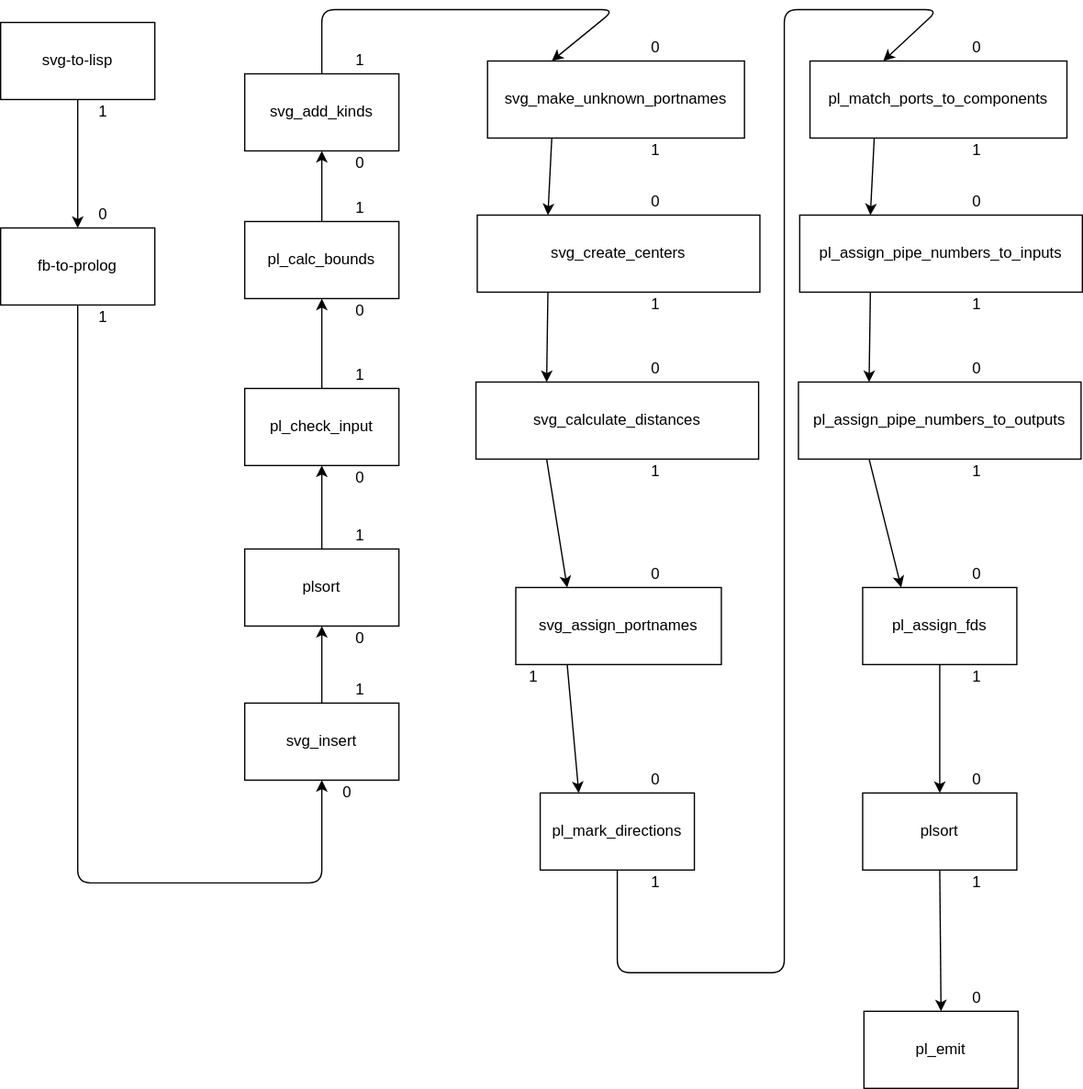
Earlier version of the draw.io export svg/svg_compiler.svg (bmfbp/bmfbp). Source tidied: cells renumbered, new cells last; positions are measured from the earlier drawing's top-left corner, leaving out a move shared by most shapes.
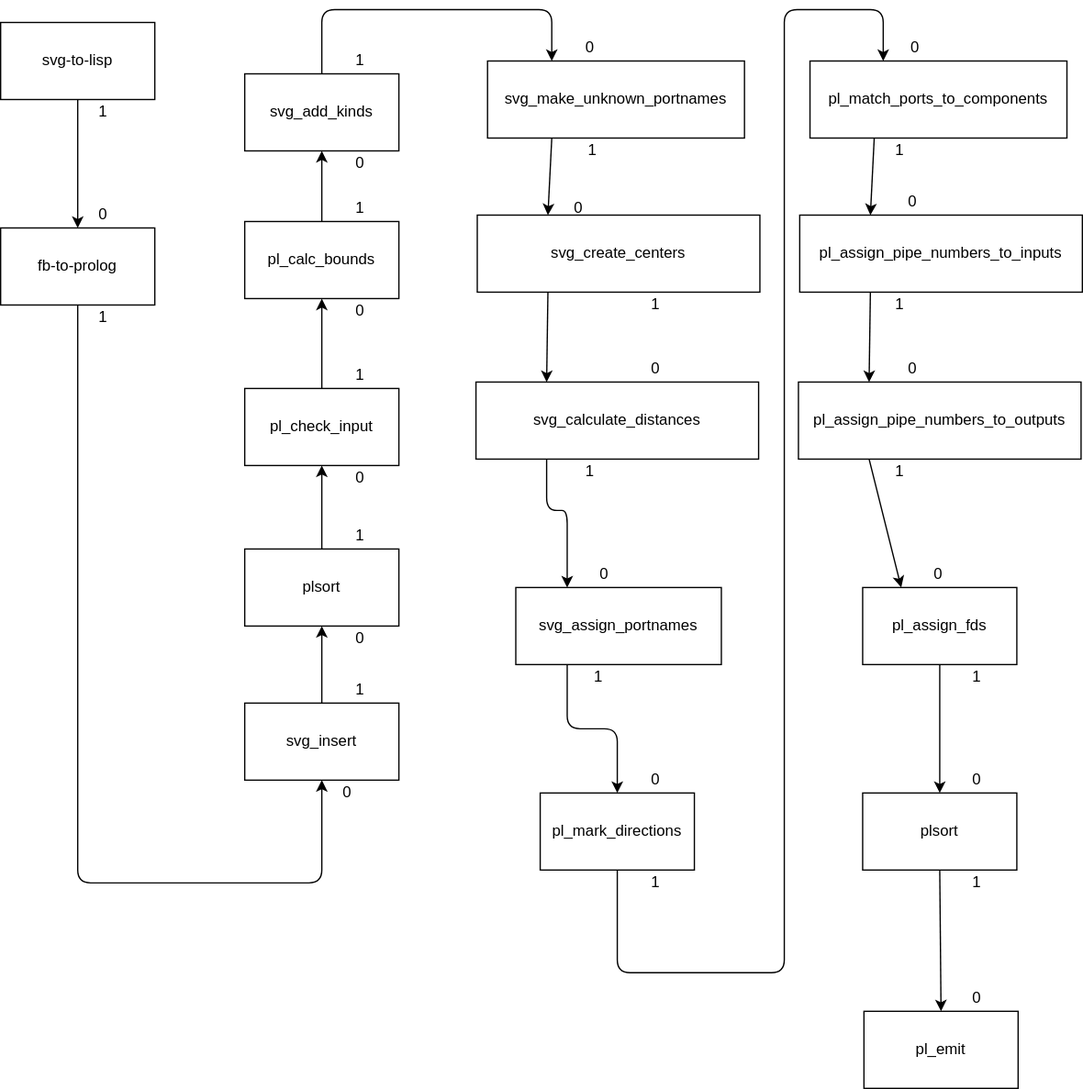
The same file after the commit.

Commit message:
make bendy arrows from/to wide boxes

Diff of the diagram source:
```diff
@@ -32,34 +32,44 @@
     <mxCell id="11" style="endArrow=classic;entryX=0.25;entryY=0;" parent="1" edge="1" target="8">
       <mxGeometry relative="1" as="geometry">
         <mxPoint x="425" y="350" as="sourcePoint" />
+        <Array as="points">
+          <mxPoint x="425" y="390" />
+          <mxPoint x="441" y="390" />
+        </Array>
       </mxGeometry>
     </mxCell>
-    <mxCell id="12" style="endArrow=classic;entryX=0.25;entryY=0;exitX=0.25;exitY=1;" parent="1" edge="1" source="8" target="9">
-      <mxGeometry relative="1" as="geometry" />
+    <mxCell id="12" style="endArrow=classic;exitX=0.25;exitY=1;" parent="1" edge="1" source="8">
+      <mxGeometry relative="1" as="geometry">
+        <mxPoint x="480" y="610" as="targetPoint" />
+        <Array as="points">
+          <mxPoint x="441" y="560" />
+          <mxPoint x="480" y="560" />
+        </Array>
+      </mxGeometry>
     </mxCell>
     <mxCell id="13" value="1" style="text;strokeColor=none;fillColor=none;align=center;verticalAlign=middle;rounded=0;" parent="1" vertex="1">
       <mxGeometry x="260" y="145" width="40" height="20" as="geometry" />
     </mxCell>
     <mxCell id="14" value="0" style="text;strokeColor=none;fillColor=none;align=center;verticalAlign=middle;rounded=0;" parent="1" vertex="1">
-      <mxGeometry x="490" y="20" width="40" height="20" as="geometry" />
+      <mxGeometry x="439" y="20" width="40" height="20" as="geometry" />
     </mxCell>
     <mxCell id="15" value="1" style="text;strokeColor=none;fillColor=none;align=center;verticalAlign=middle;rounded=0;" parent="1" vertex="1">
       <mxGeometry x="260" y="520" width="40" height="20" as="geometry" />
     </mxCell>
     <mxCell id="16" value="0" style="text;strokeColor=none;fillColor=none;align=center;verticalAlign=middle;rounded=0;" parent="1" vertex="1">
-      <mxGeometry x="490" y="140" width="40" height="20" as="geometry" />
+      <mxGeometry x="430" y="145" width="40" height="20" as="geometry" />
     </mxCell>
     <mxCell id="17" value="0" style="text;strokeColor=none;fillColor=none;align=center;verticalAlign=middle;rounded=0;" parent="1" vertex="1">
       <mxGeometry x="490" y="270" width="40" height="20" as="geometry" />
     </mxCell>
     <mxCell id="18" value="0" style="text;strokeColor=none;fillColor=none;align=center;verticalAlign=middle;rounded=0;" parent="1" vertex="1">
-      <mxGeometry x="490" y="430" width="40" height="20" as="geometry" />
+      <mxGeometry x="450" y="430" width="40" height="20" as="geometry" />
     </mxCell>
     <mxCell id="19" value="0" style="text;strokeColor=none;fillColor=none;align=center;verticalAlign=middle;rounded=0;" parent="1" vertex="1">
       <mxGeometry x="490" y="590" width="40" height="20" as="geometry" />
     </mxCell>
     <mxCell id="20" value="1" style="text;strokeColor=none;fillColor=none;align=center;verticalAlign=middle;rounded=0;" parent="1" vertex="1">
-      <mxGeometry x="490" y="350" width="40" height="20" as="geometry" />
+      <mxGeometry x="439" y="350" width="40" height="20" as="geometry" />
     </mxCell>
     <mxCell id="21" value="1" style="text;strokeColor=none;fillColor=none;align=center;verticalAlign=middle;rounded=0;" parent="1" vertex="1">
       <mxGeometry x="60" y="70" width="40" height="20" as="geometry" />
@@ -71,10 +81,10 @@
       <mxGeometry x="490" y="220" width="40" height="20" as="geometry" />
     </mxCell>
     <mxCell id="24" value="1" style="text;strokeColor=none;fillColor=none;align=center;verticalAlign=middle;rounded=0;" parent="1" vertex="1">
-      <mxGeometry x="395" y="510" width="40" height="20" as="geometry" />
+      <mxGeometry x="445.5" y="510" width="40" height="20" as="geometry" />
     </mxCell>
     <mxCell id="25" value="1" style="text;strokeColor=none;fillColor=none;align=center;verticalAlign=middle;rounded=0;" parent="1" vertex="1">
-      <mxGeometry x="490" y="100" width="40" height="20" as="geometry" />
+      <mxGeometry x="441" y="100" width="40" height="20" as="geometry" />
     </mxCell>
     <mxCell id="26" value="0" style="text;strokeColor=none;fillColor=none;align=center;verticalAlign=middle;rounded=0;" parent="1" vertex="1">
       <mxGeometry x="250" y="600" width="40" height="20" as="geometry" />
@@ -143,31 +153,31 @@
       <mxGeometry relative="1" as="geometry" />
     </mxCell>
     <mxCell id="48" value="0" style="text;strokeColor=none;fillColor=none;align=center;verticalAlign=middle;rounded=0;" parent="1" vertex="1">
-      <mxGeometry x="740" y="20" width="40" height="20" as="geometry" />
+      <mxGeometry x="692" y="20" width="40" height="20" as="geometry" />
     </mxCell>
     <mxCell id="49" value="0" style="text;strokeColor=none;fillColor=none;align=center;verticalAlign=middle;rounded=0;" parent="1" vertex="1">
-      <mxGeometry x="740" y="140" width="40" height="20" as="geometry" />
+      <mxGeometry x="690" y="140" width="40" height="20" as="geometry" />
     </mxCell>
     <mxCell id="50" value="0" style="text;strokeColor=none;fillColor=none;align=center;verticalAlign=middle;rounded=0;" parent="1" vertex="1">
-      <mxGeometry x="740" y="270" width="40" height="20" as="geometry" />
+      <mxGeometry x="690" y="270" width="40" height="20" as="geometry" />
     </mxCell>
     <mxCell id="51" value="0" style="text;strokeColor=none;fillColor=none;align=center;verticalAlign=middle;rounded=0;" parent="1" vertex="1">
-      <mxGeometry x="740" y="430" width="40" height="20" as="geometry" />
+      <mxGeometry x="710" y="430" width="40" height="20" as="geometry" />
     </mxCell>
     <mxCell id="52" value="0" style="text;strokeColor=none;fillColor=none;align=center;verticalAlign=middle;rounded=0;" parent="1" vertex="1">
       <mxGeometry x="740" y="590" width="40" height="20" as="geometry" />
     </mxCell>
     <mxCell id="53" value="1" style="text;strokeColor=none;fillColor=none;align=center;verticalAlign=middle;rounded=0;" parent="1" vertex="1">
-      <mxGeometry x="740" y="350" width="40" height="20" as="geometry" />
+      <mxGeometry x="680" y="350" width="40" height="20" as="geometry" />
     </mxCell>
     <mxCell id="54" value="1" style="text;strokeColor=none;fillColor=none;align=center;verticalAlign=middle;rounded=0;" parent="1" vertex="1">
-      <mxGeometry x="740" y="220" width="40" height="20" as="geometry" />
+      <mxGeometry x="680" y="220" width="40" height="20" as="geometry" />
     </mxCell>
     <mxCell id="55" value="1" style="text;strokeColor=none;fillColor=none;align=center;verticalAlign=middle;rounded=0;" parent="1" vertex="1">
       <mxGeometry x="740" y="510" width="40" height="20" as="geometry" />
     </mxCell>
     <mxCell id="56" value="1" style="text;strokeColor=none;fillColor=none;align=center;verticalAlign=middle;rounded=0;" parent="1" vertex="1">
-      <mxGeometry x="740" y="100" width="40" height="20" as="geometry" />
+      <mxGeometry x="680" y="100" width="40" height="20" as="geometry" />
     </mxCell>
     <mxCell id="57" value="pl_emit" style="rounded=0;" parent="1" vertex="1">
       <mxGeometry x="672" y="780" width="120" height="60" as="geometry" />
@@ -196,7 +206,7 @@
       <mxGeometry relative="1" as="geometry">
         <Array as="points">
           <mxPoint x="250" />
-          <mxPoint x="478" />
+          <mxPoint x="429" />
         </Array>
       </mxGeometry>
     </mxCell>
@@ -209,7 +219,7 @@
           <mxPoint x="480" y="750" />
           <mxPoint x="610" y="750" />
           <mxPoint x="610" />
-          <mxPoint x="730" />
+          <mxPoint x="687" />
         </Array>
       </mxGeometry>
     </mxCell>
```
